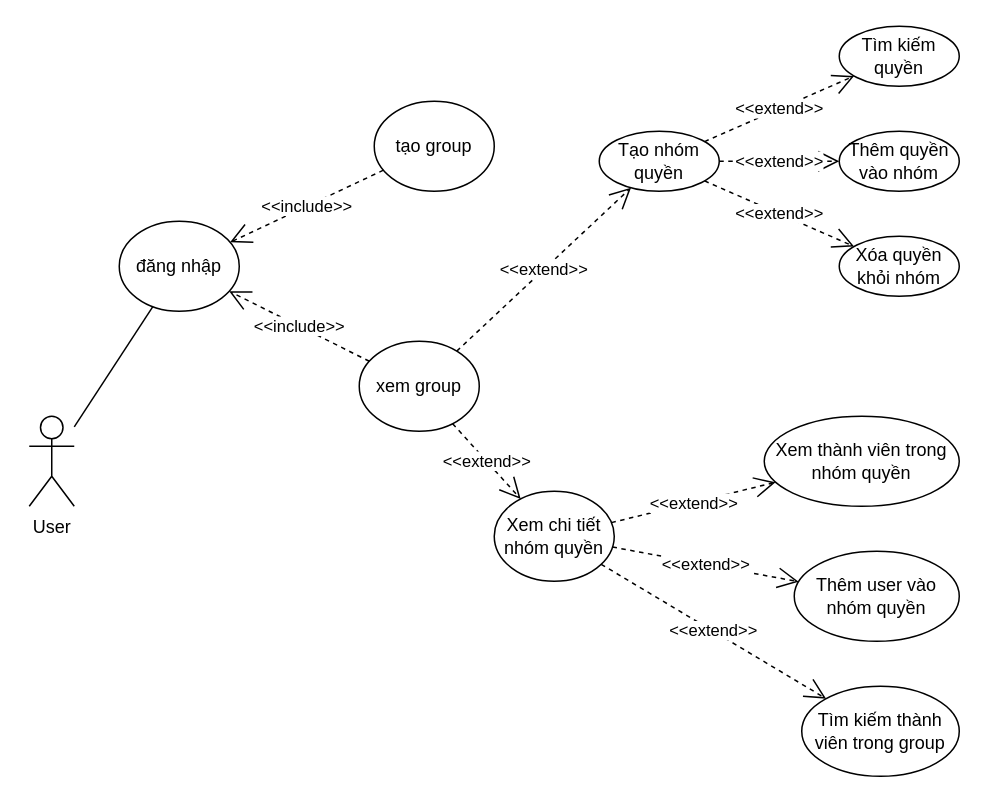
TranThanhHoang123/Blog keeps this draw.io diagram as BlogProject/BlogProject/PhanQuyenusecase.drawio. Above is the earlier version. Source tidied: cells renumbered, new cells numbered last; positions are measured from the earlier drawing's top-left corner, leaving out a move shared by most shapes. Both pictures are drawn from the tidied source at 150%, with x=0, y=0 at pixel (28, 26).
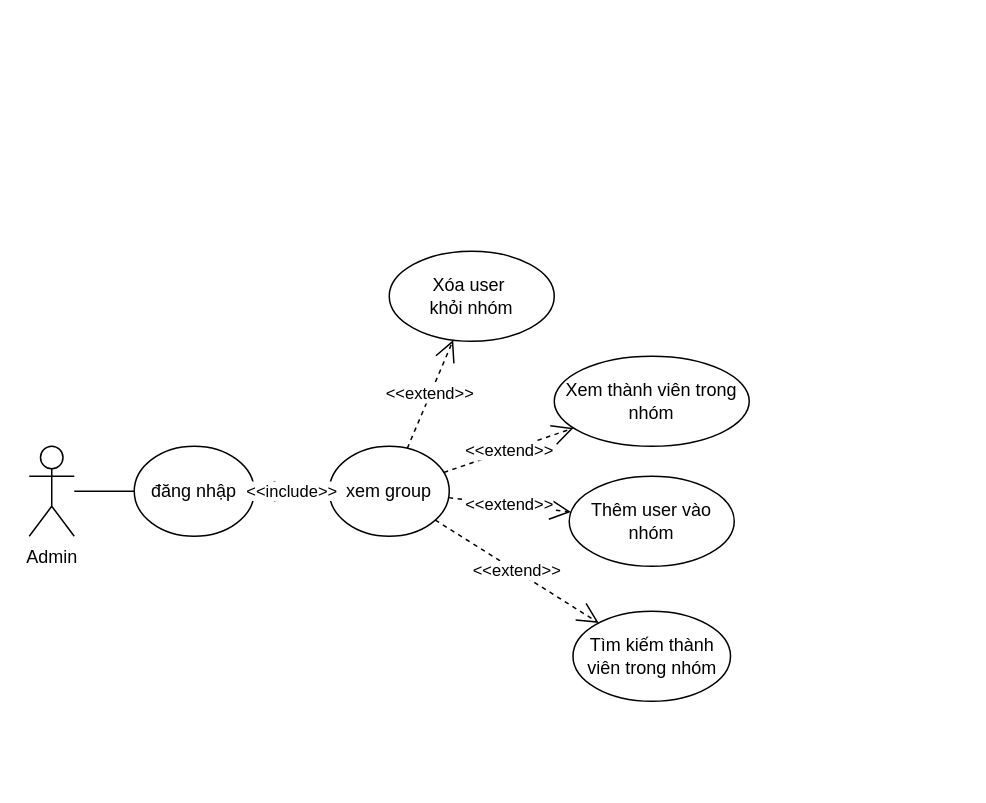
Above is the later version.

Diff of the diagram source:
```diff
@@
-    <mxCell id="2" value="User" style="shape=umlActor;verticalLabelPosition=bottom;verticalAlign=top;html=1;outlineConnect=0;" parent="1" vertex="1">
-      <mxGeometry y="260" width="30" height="60" as="geometry" />
+    <mxCell id="2" value="Admin" style="shape=umlActor;verticalLabelPosition=bottom;verticalAlign=top;html=1;outlineConnect=0;" parent="1" vertex="1">
+      <mxGeometry y="280" width="30" height="60" as="geometry" />
     </mxCell>
-    <mxCell id="3" value="Tạo nhóm quyền" style="ellipse;whiteSpace=wrap;html=1;" parent="1" vertex="1">
-      <mxGeometry x="380" y="70" width="80" height="40" as="geometry" />
-    </mxCell>
-    <mxCell id="4" value="Xem chi tiết nhóm quyền" style="ellipse;whiteSpace=wrap;html=1;" parent="1" vertex="1">
-      <mxGeometry x="310" y="310" width="80" height="60" as="geometry" />
-    </mxCell>
-    <mxCell id="5" value="Thêm quyền vào nhóm" style="ellipse;whiteSpace=wrap;html=1;" parent="1" vertex="1">
-      <mxGeometry x="540" y="70" width="80" height="40" as="geometry" />
-    </mxCell>
-    <mxCell id="6" value="&amp;lt;&amp;lt;extend&amp;gt;&amp;gt;" style="endArrow=open;endSize=12;dashed=1;html=1;rounded=0;strokeColor=default;align=center;verticalAlign=middle;fontFamily=Helvetica;fontSize=11;fontColor=default;labelBackgroundColor=default;edgeStyle=none;" parent="1" edge="1" source="3" target="5">
-      <mxGeometry relative="1" as="geometry" />
-    </mxCell>
-    <mxCell id="7" value="&amp;lt;&amp;lt;extend&amp;gt;&amp;gt;" style="endArrow=open;endSize=12;dashed=1;html=1;rounded=0;strokeColor=default;align=center;verticalAlign=middle;fontFamily=Helvetica;fontSize=11;fontColor=default;labelBackgroundColor=default;edgeStyle=none;" parent="1" edge="1" source="3" target="8">
-      <mxGeometry relative="1" as="geometry" />
-    </mxCell>
-    <mxCell id="8" value="Xóa quyền khỏi nhóm" style="ellipse;whiteSpace=wrap;html=1;" parent="1" vertex="1">
-      <mxGeometry x="540" y="140" width="80" height="40" as="geometry" />
-    </mxCell>
-    <mxCell id="9" value="&amp;lt;&amp;lt;extend&amp;gt;&amp;gt;" style="endArrow=open;endSize=12;dashed=1;html=1;rounded=0;strokeColor=default;align=center;verticalAlign=middle;fontFamily=Helvetica;fontSize=11;fontColor=default;labelBackgroundColor=default;edgeStyle=none;" parent="1" edge="1" source="3" target="10">
-      <mxGeometry relative="1" as="geometry" />
-    </mxCell>
-    <mxCell id="10" value="Tìm kiếm quyền" style="ellipse;whiteSpace=wrap;html=1;" parent="1" vertex="1">
-      <mxGeometry x="540" width="80" height="40" as="geometry" />
-    </mxCell>
-    <mxCell id="11" value="Thêm user vào nhóm quyền" style="ellipse;whiteSpace=wrap;html=1;" parent="1" vertex="1">
-      <mxGeometry x="510" y="350" width="110" height="60" as="geometry" />
+    <mxCell id="11" value="Thêm user vào nhóm" style="ellipse;whiteSpace=wrap;html=1;" parent="1" vertex="1">
+      <mxGeometry x="360" y="300" width="110" height="60" as="geometry" />
     </mxCell>
-    <mxCell id="12" value="&amp;lt;&amp;lt;extend&amp;gt;&amp;gt;" style="endArrow=open;endSize=12;dashed=1;html=1;rounded=0;strokeColor=default;align=center;verticalAlign=middle;fontFamily=Helvetica;fontSize=11;fontColor=default;labelBackgroundColor=default;edgeStyle=none;" parent="1" edge="1" source="4" target="11">
+    <mxCell id="12" value="&amp;lt;&amp;lt;extend&amp;gt;&amp;gt;" style="endArrow=open;endSize=12;dashed=1;html=1;rounded=0;strokeColor=default;align=center;verticalAlign=middle;fontFamily=Helvetica;fontSize=11;fontColor=default;labelBackgroundColor=default;edgeStyle=none;" parent="1" edge="1" source="13" target="11">
       <mxGeometry relative="1" as="geometry" />
     </mxCell>
     <mxCell id="13" value="xem group" style="ellipse;whiteSpace=wrap;html=1;" parent="1" vertex="1">
-      <mxGeometry x="220" y="210" width="80" height="60" as="geometry" />
+      <mxGeometry x="200" y="280" width="80" height="60" as="geometry" />
     </mxCell>
-    <mxCell id="14" value="&amp;lt;&amp;lt;extend&amp;gt;&amp;gt;" style="endArrow=open;endSize=12;dashed=1;html=1;rounded=0;strokeColor=default;align=center;verticalAlign=middle;fontFamily=Helvetica;fontSize=11;fontColor=default;labelBackgroundColor=default;edgeStyle=none;" parent="1" edge="1" source="13" target="4">
-      <mxGeometry relative="1" as="geometry" />
-    </mxCell>
-    <mxCell id="15" value="&amp;lt;&amp;lt;extend&amp;gt;&amp;gt;" style="endArrow=open;endSize=12;dashed=1;html=1;rounded=0;strokeColor=default;align=center;verticalAlign=middle;fontFamily=Helvetica;fontSize=11;fontColor=default;labelBackgroundColor=default;edgeStyle=none;" parent="1" edge="1" source="13" target="3">
-      <mxGeometry relative="1" as="geometry" />
-    </mxCell>
-    <mxCell id="16" value="Xem thành viên trong nhóm quyền" style="ellipse;whiteSpace=wrap;html=1;" parent="1" vertex="1">
-      <mxGeometry x="490" y="260" width="130" height="60" as="geometry" />
+    <mxCell id="16" value="Xem thành viên trong nhóm" style="ellipse;whiteSpace=wrap;html=1;" parent="1" vertex="1">
+      <mxGeometry x="350" y="220" width="130" height="60" as="geometry" />
     </mxCell>
-    <mxCell id="17" value="&amp;lt;&amp;lt;extend&amp;gt;&amp;gt;" style="endArrow=open;endSize=12;dashed=1;html=1;rounded=0;strokeColor=default;align=center;verticalAlign=middle;fontFamily=Helvetica;fontSize=11;fontColor=default;labelBackgroundColor=default;edgeStyle=none;" parent="1" edge="1" source="4" target="16">
+    <mxCell id="17" value="&amp;lt;&amp;lt;extend&amp;gt;&amp;gt;" style="endArrow=open;endSize=12;dashed=1;html=1;rounded=0;strokeColor=default;align=center;verticalAlign=middle;fontFamily=Helvetica;fontSize=11;fontColor=default;labelBackgroundColor=default;edgeStyle=none;" parent="1" edge="1" source="13" target="16">
       <mxGeometry relative="1" as="geometry" />
     </mxCell>
-    <mxCell id="18" value="Tìm kiếm thành viên trong group" style="ellipse;whiteSpace=wrap;html=1;" parent="1" vertex="1">
-      <mxGeometry x="515" y="440" width="105" height="60" as="geometry" />
+    <mxCell id="18" value="Tìm kiếm thành viên trong nhóm" style="ellipse;whiteSpace=wrap;html=1;" parent="1" vertex="1">
+      <mxGeometry x="362.5" y="390" width="105" height="60" as="geometry" />
     </mxCell>
-    <mxCell id="19" value="&amp;lt;&amp;lt;extend&amp;gt;&amp;gt;" style="endArrow=open;endSize=12;dashed=1;html=1;rounded=0;strokeColor=default;align=center;verticalAlign=middle;fontFamily=Helvetica;fontSize=11;fontColor=default;labelBackgroundColor=default;edgeStyle=none;" parent="1" edge="1" source="4" target="18">
+    <mxCell id="19" value="&amp;lt;&amp;lt;extend&amp;gt;&amp;gt;" style="endArrow=open;endSize=12;dashed=1;html=1;rounded=0;strokeColor=default;align=center;verticalAlign=middle;fontFamily=Helvetica;fontSize=11;fontColor=default;labelBackgroundColor=default;edgeStyle=none;" parent="1" edge="1" source="13" target="18">
       <mxGeometry relative="1" as="geometry" />
     </mxCell>
-    <mxCell id="20" value="tạo group" style="ellipse;whiteSpace=wrap;html=1;" parent="1" vertex="1">
-      <mxGeometry x="230" y="50" width="80" height="60" as="geometry" />
-    </mxCell>
@@
     <mxCell id="22" value="đăng nhập" style="ellipse;whiteSpace=wrap;html=1;" parent="1" vertex="1">
-      <mxGeometry x="60" y="130" width="80" height="60" as="geometry" />
+      <mxGeometry x="70" y="280" width="80" height="60" as="geometry" />
     </mxCell>
-    <mxCell id="23" value="&amp;lt;&amp;lt;include&amp;gt;&amp;gt;" style="endArrow=open;endSize=12;dashed=1;html=1;rounded=0;strokeColor=default;align=center;verticalAlign=middle;fontFamily=Helvetica;fontSize=11;fontColor=default;labelBackgroundColor=default;edgeStyle=none;" parent="1" edge="1" source="20" target="22">
-      <mxGeometry relative="1" as="geometry" />
-    </mxCell>
@@
+    <mxCell id="25" value="Xóa user&amp;nbsp;&lt;div&gt;khỏi nhóm&lt;/div&gt;" style="ellipse;whiteSpace=wrap;html=1;" parent="1" vertex="1">
+      <mxGeometry x="240" y="150" width="110" height="60" as="geometry" />
+    </mxCell>
+    <mxCell id="26" value="&amp;lt;&amp;lt;extend&amp;gt;&amp;gt;" style="endArrow=open;endSize=12;dashed=1;html=1;rounded=0;strokeColor=default;align=center;verticalAlign=middle;fontFamily=Helvetica;fontSize=11;fontColor=default;labelBackgroundColor=default;edgeStyle=none;" parent="1" edge="1" source="13" target="25">
+      <mxGeometry relative="1" as="geometry" />
+    </mxCell>
```
